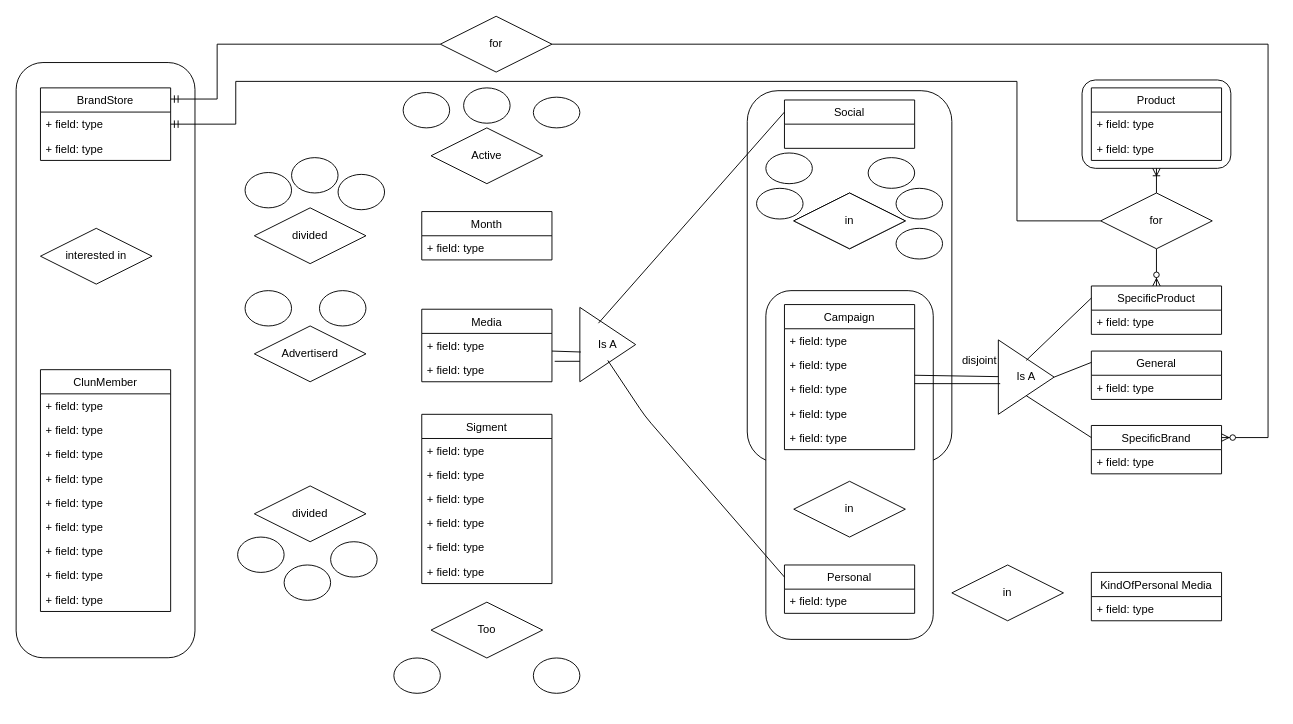
Kfir-G/DataBases-ERD_diagrams keeps this draw.io diagram as תרגיל בית 1 עד ה18.11/Solution2_HW1_Diagram.drawio. Above is the earlier version. Source tidied: cells renumbered, new cells numbered last; positions are measured from the earlier drawing's top-left corner, leaving out a move shared by most shapes. Both pictures are drawn from the tidied source at 93%, with x=0, y=0 at pixel (-193, 16).
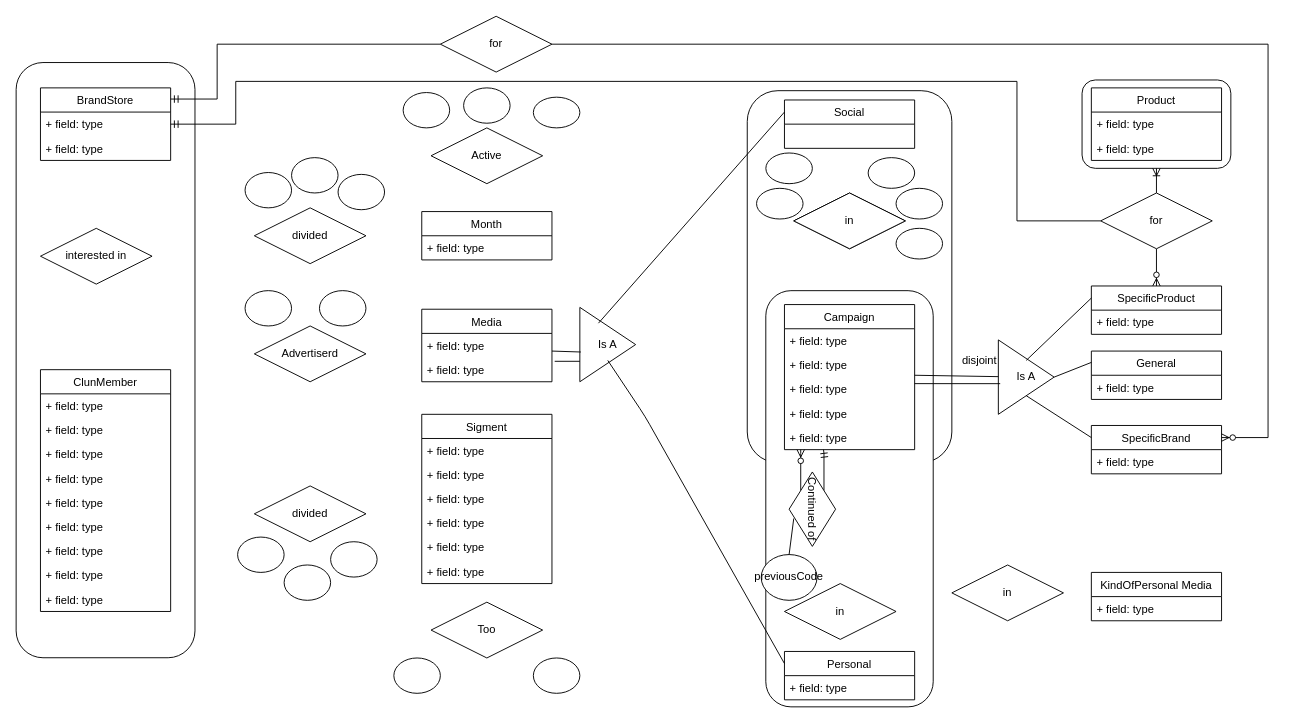
After the change.

Unchanged cells that the change refers to:
```xml
<mxCell id="11" value="+ field: type" style="text;strokeColor=none;fillColor=none;align=left;verticalAlign=top;spacingLeft=4;spacingRight=4;overflow=hidden;points=[[0,0.5],[1,0.5]];portConstraint=eastwest;" parent="6" vertex="1">
  <mxGeometry y="130" width="140" height="26" as="geometry" />
</mxCell>
```

Diff of the diagram source:
```diff
@@
     <mxCell id="5" style="rounded=1;whiteSpace=wrap;html=1;rotation=90;" parent="1" vertex="1">
-      <mxGeometry x="932.5" y="392.5" width="375" height="180" as="geometry" />
+      <mxGeometry x="896.2" y="428.8" width="447.5" height="180" as="geometry" />
     </mxCell>
@@
     <mxCell id="14" value="Personal" style="swimlane;fontStyle=0;horizontal=1;startSize=26;fillColor=none;" parent="1" vertex="1">
-      <mxGeometry x="1050" y="590" width="140" height="52" as="geometry" />
+      <mxGeometry x="1050" y="683" width="140" height="52" as="geometry" />
     </mxCell>
@@
     <mxCell id="17" value="in" style="shape=rhombus;perimeter=rhombusPerimeter;whiteSpace=wrap;html=1;align=center;" parent="1" vertex="1">
-      <mxGeometry x="1060" y="500" width="120" height="60" as="geometry" />
+      <mxGeometry x="1050" y="610" width="120" height="60" as="geometry" />
     </mxCell>
@@
+    <mxCell id="98" style="edgeStyle=orthogonalEdgeStyle;rounded=0;jettySize=auto;html=1;exitX=0;exitY=1;exitDx=0;exitDy=0;endArrow=ERzeroToMany;endFill=1;" parent="1" edge="1" source="100" target="11">
+      <mxGeometry relative="1" as="geometry">
+        <Array as="points">
+          <mxPoint x="1068" y="470" />
+          <mxPoint x="1068" y="470" />
+        </Array>
+      </mxGeometry>
+    </mxCell>
+    <mxCell id="99" style="edgeStyle=orthogonalEdgeStyle;rounded=0;jettySize=auto;html=1;exitX=0;exitY=0;exitDx=0;exitDy=0;entryX=0.3;entryY=1;entryDx=0;entryDy=0;entryPerimeter=0;endArrow=ERmandOne;endFill=0;" parent="1" edge="1" source="100" target="11">
+      <mxGeometry relative="1" as="geometry" />
+    </mxCell>
+    <mxCell id="100" value="Continued of" style="shape=rhombus;perimeter=rhombusPerimeter;whiteSpace=wrap;html=1;align=center;rotation=90;" parent="1" vertex="1">
+      <mxGeometry x="1040" y="505" width="80" height="50" as="geometry" />
+    </mxCell>
+    <mxCell id="101" value="previousCode" style="ellipse;whiteSpace=wrap;html=1;" parent="1" vertex="1">
+      <mxGeometry x="1025" y="578.8" width="60" height="49.2" as="geometry" />
+    </mxCell>
+    <mxCell id="102" style="endArrow=none;html=1;exitX=0.5;exitY=0;exitDx=0;exitDy=0;" parent="1" edge="1" source="101">
+      <mxGeometry relative="1" as="geometry">
+        <mxPoint x="1060" y="540" as="targetPoint" />
+      </mxGeometry>
+    </mxCell>
```
